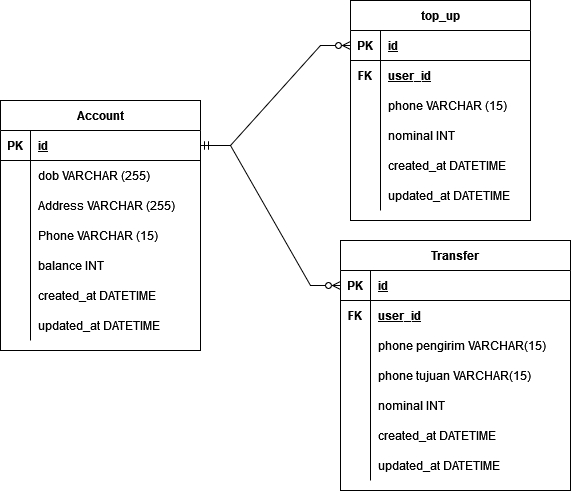
Above: ERD.png in ALTA-BE7-MUH-NASRUL/Group-Project-1 (draw.io), before the change. Source tidied: cells renumbered, new cells last; positions are measured from the earlier drawing's top-left corner, leaving out a move shared by most shapes.
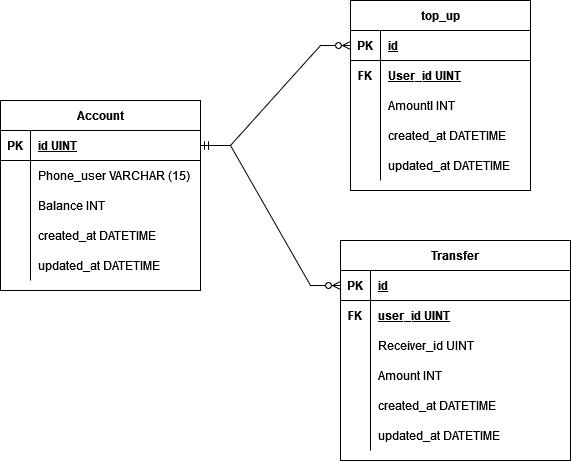
Later version of the same file.

Commit message:
menyesuaikanpPenamaan di ERD

Change to the diagram source:
```diff
@@ -3,7 +3,7 @@
     <mxCell id="0" />
     <mxCell id="1" parent="0" />
     <mxCell id="2" value="Transfer" style="shape=table;startSize=30;rowLines=0;fontStyle=1;align=center;" parent="1" vertex="1">
-      <mxGeometry x="340" y="240" width="230" height="250" as="geometry" />
+      <mxGeometry x="340" y="240" width="230" height="220" as="geometry" />
     </mxCell>
     <mxCell id="3" style="shape=tableRow;horizontal=0;startSize=0;swimlaneHead=0;swimlaneBody=0;fillColor=none;points=[[0,0.5],[1,0.5]];portConstraint=eastwest;top=0;left=0;right=0;bottom=1;" parent="2" vertex="1">
       <mxGeometry y="30" width="230" height="30" as="geometry" />
@@ -20,7 +20,7 @@
     <mxCell id="7" value="FK" style="shape=partialRectangle;fillColor=none;top=0;left=0;bottom=0;right=0;overflow=hidden;fontStyle=1;" parent="6" vertex="1">
       <mxGeometry width="30" height="30" as="geometry" />
     </mxCell>
-    <mxCell id="8" value="user_id" style="shape=partialRectangle;fillColor=none;top=0;left=0;bottom=0;right=0;align=left;spacingLeft=6;overflow=hidden;fontStyle=5;" parent="6" vertex="1">
+    <mxCell id="8" value="user_id UINT" style="shape=partialRectangle;fillColor=none;top=0;left=0;bottom=0;right=0;align=left;spacingLeft=6;overflow=hidden;fontStyle=5;" parent="6" vertex="1">
       <mxGeometry x="30" width="200" height="30" as="geometry" />
     </mxCell>
     <mxCell id="9" style="shape=tableRow;horizontal=0;startSize=0;swimlaneHead=0;swimlaneBody=0;fillColor=none;top=0;left=0;right=0;bottom=0;" parent="2" vertex="1">
@@ -29,7 +29,7 @@
     <mxCell id="10" style="shape=partialRectangle;fillColor=none;top=0;left=0;bottom=0;right=0;overflow=hidden;fontStyle=1;" parent="9" vertex="1">
       <mxGeometry width="30" height="30" as="geometry" />
     </mxCell>
-    <mxCell id="11" value="phone pengirim VARCHAR(15)" style="shape=partialRectangle;fillColor=none;top=0;left=0;bottom=0;right=0;align=left;spacingLeft=6;overflow=hidden;fontStyle=0;" parent="9" vertex="1">
+    <mxCell id="11" value="Receiver_id UINT" style="shape=partialRectangle;fillColor=none;top=0;left=0;bottom=0;right=0;align=left;spacingLeft=6;overflow=hidden;fontStyle=0;" parent="9" vertex="1">
       <mxGeometry x="30" width="200" height="30" as="geometry" />
     </mxCell>
     <mxCell id="12" style="shape=tableRow;horizontal=0;startSize=0;swimlaneHead=0;swimlaneBody=0;fillColor=none;top=0;left=0;right=0;bottom=0;" parent="2" vertex="1">
@@ -38,20 +38,11 @@
     <mxCell id="13" style="shape=partialRectangle;fillColor=none;top=0;left=0;bottom=0;right=0;overflow=hidden;" parent="12" vertex="1">
       <mxGeometry width="30" height="30" as="geometry" />
     </mxCell>
-    <mxCell id="14" value="phone tujuan VARCHAR(15)" style="shape=partialRectangle;fillColor=none;top=0;left=0;bottom=0;right=0;align=left;spacingLeft=6;overflow=hidden;" parent="12" vertex="1">
+    <mxCell id="14" value="Amount INT" style="shape=partialRectangle;fillColor=none;top=0;left=0;bottom=0;right=0;align=left;spacingLeft=6;overflow=hidden;" parent="12" vertex="1">
       <mxGeometry x="30" width="200" height="30" as="geometry" />
     </mxCell>
-    <mxCell id="15" style="shape=tableRow;horizontal=0;startSize=0;swimlaneHead=0;swimlaneBody=0;fillColor=none;top=0;left=0;right=0;bottom=0;" parent="2" vertex="1">
-      <mxGeometry y="150" width="230" height="30" as="geometry" />
-    </mxCell>
-    <mxCell id="16" style="shape=partialRectangle;fillColor=none;top=0;left=0;bottom=0;right=0;overflow=hidden;" parent="15" vertex="1">
-      <mxGeometry width="30" height="30" as="geometry" />
-    </mxCell>
-    <mxCell id="17" value="nominal INT" style="shape=partialRectangle;fillColor=none;top=0;left=0;bottom=0;right=0;align=left;spacingLeft=6;overflow=hidden;" parent="15" vertex="1">
-      <mxGeometry x="30" width="200" height="30" as="geometry" />
-    </mxCell>
     <mxCell id="18" style="shape=tableRow;horizontal=0;startSize=0;swimlaneHead=0;swimlaneBody=0;fillColor=none;top=0;left=0;right=0;bottom=0;" parent="2" vertex="1">
-      <mxGeometry y="180" width="230" height="30" as="geometry" />
+      <mxGeometry y="150" width="230" height="30" as="geometry" />
     </mxCell>
     <mxCell id="19" style="shape=partialRectangle;fillColor=none;top=0;left=0;bottom=0;right=0;overflow=hidden;" parent="18" vertex="1">
       <mxGeometry width="30" height="30" as="geometry" />
@@ -60,7 +51,7 @@
       <mxGeometry x="30" width="200" height="30" as="geometry" />
     </mxCell>
     <mxCell id="21" style="shape=tableRow;horizontal=0;startSize=0;swimlaneHead=0;swimlaneBody=0;fillColor=none;top=0;left=0;right=0;bottom=0;" parent="2" vertex="1">
-      <mxGeometry y="210" width="230" height="30" as="geometry" />
+      <mxGeometry y="180" width="230" height="30" as="geometry" />
     </mxCell>
     <mxCell id="22" style="shape=partialRectangle;fillColor=none;top=0;left=0;bottom=0;right=0;overflow=hidden;" parent="21" vertex="1">
       <mxGeometry width="30" height="30" as="geometry" />
@@ -69,7 +60,7 @@
       <mxGeometry x="30" width="200" height="30" as="geometry" />
     </mxCell>
     <mxCell id="24" value="Account" style="shape=table;startSize=30;rowLines=0;fontStyle=1;align=center;" parent="1" vertex="1">
-      <mxGeometry y="100" width="200" height="250" as="geometry" />
+      <mxGeometry y="100" width="200" height="190" as="geometry" />
     </mxCell>
     <mxCell id="25" style="shape=tableRow;horizontal=0;startSize=0;swimlaneHead=0;swimlaneBody=0;fillColor=none;points=[[0,0.5],[1,0.5]];portConstraint=eastwest;top=0;left=0;right=0;bottom=1;" parent="24" vertex="1">
       <mxGeometry y="30" width="200" height="30" as="geometry" />
@@ -77,47 +68,29 @@
     <mxCell id="26" value="PK" style="shape=partialRectangle;fillColor=none;top=0;left=0;bottom=0;right=0;fontStyle=1;overflow=hidden;" parent="25" vertex="1">
       <mxGeometry width="30" height="30" as="geometry" />
     </mxCell>
-    <mxCell id="27" value="id" style="shape=partialRectangle;fillColor=none;top=0;left=0;bottom=0;right=0;align=left;spacingLeft=6;fontStyle=5;overflow=hidden;" parent="25" vertex="1">
+    <mxCell id="27" value="id UINT" style="shape=partialRectangle;fillColor=none;top=0;left=0;bottom=0;right=0;align=left;spacingLeft=6;fontStyle=5;overflow=hidden;" parent="25" vertex="1">
       <mxGeometry x="30" width="170" height="30" as="geometry" />
     </mxCell>
-    <mxCell id="28" style="shape=tableRow;horizontal=0;startSize=0;swimlaneHead=0;swimlaneBody=0;fillColor=none;top=0;left=0;right=0;bottom=0;" parent="24" vertex="1">
-      <mxGeometry y="60" width="200" height="30" as="geometry" />
-    </mxCell>
-    <mxCell id="29" style="shape=partialRectangle;fillColor=none;top=0;left=0;bottom=0;right=0;overflow=hidden;" parent="28" vertex="1">
-      <mxGeometry width="30" height="30" as="geometry" />
-    </mxCell>
-    <mxCell id="30" value="dob VARCHAR (255)" style="shape=partialRectangle;fillColor=none;top=0;left=0;bottom=0;right=0;align=left;spacingLeft=6;overflow=hidden;" parent="28" vertex="1">
-      <mxGeometry x="30" width="170" height="30" as="geometry" />
-    </mxCell>
-    <mxCell id="31" style="shape=tableRow;horizontal=0;startSize=0;swimlaneHead=0;swimlaneBody=0;fillColor=none;top=0;left=0;right=0;bottom=0;" parent="24" vertex="1">
-      <mxGeometry y="90" width="200" height="30" as="geometry" />
-    </mxCell>
-    <mxCell id="32" style="shape=partialRectangle;fillColor=none;top=0;left=0;bottom=0;right=0;overflow=hidden;" parent="31" vertex="1">
-      <mxGeometry width="30" height="30" as="geometry" />
-    </mxCell>
-    <mxCell id="33" value="Address VARCHAR (255)" style="shape=partialRectangle;fillColor=none;top=0;left=0;bottom=0;right=0;align=left;spacingLeft=6;overflow=hidden;" parent="31" vertex="1">
-      <mxGeometry x="30" width="170" height="30" as="geometry" />
-    </mxCell>
     <mxCell id="34" style="shape=tableRow;horizontal=0;startSize=0;swimlaneHead=0;swimlaneBody=0;fillColor=none;top=0;left=0;right=0;bottom=0;" parent="24" vertex="1">
-      <mxGeometry y="120" width="200" height="30" as="geometry" />
+      <mxGeometry y="60" width="200" height="30" as="geometry" />
     </mxCell>
     <mxCell id="35" style="shape=partialRectangle;fillColor=none;top=0;left=0;bottom=0;right=0;overflow=hidden;" parent="34" vertex="1">
       <mxGeometry width="30" height="30" as="geometry" />
     </mxCell>
-    <mxCell id="36" value="Phone VARCHAR (15)" style="shape=partialRectangle;fillColor=none;top=0;left=0;bottom=0;right=0;align=left;spacingLeft=6;overflow=hidden;" parent="34" vertex="1">
+    <mxCell id="36" value="Phone_user VARCHAR (15)" style="shape=partialRectangle;fillColor=none;top=0;left=0;bottom=0;right=0;align=left;spacingLeft=6;overflow=hidden;" parent="34" vertex="1">
       <mxGeometry x="30" width="170" height="30" as="geometry" />
     </mxCell>
     <mxCell id="37" style="shape=tableRow;horizontal=0;startSize=0;swimlaneHead=0;swimlaneBody=0;fillColor=none;top=0;left=0;right=0;bottom=0;" parent="24" vertex="1">
-      <mxGeometry y="150" width="200" height="30" as="geometry" />
+      <mxGeometry y="90" width="200" height="30" as="geometry" />
     </mxCell>
     <mxCell id="38" style="shape=partialRectangle;fillColor=none;top=0;left=0;bottom=0;right=0;overflow=hidden;" parent="37" vertex="1">
       <mxGeometry width="30" height="30" as="geometry" />
     </mxCell>
-    <mxCell id="39" value="balance INT" style="shape=partialRectangle;fillColor=none;top=0;left=0;bottom=0;right=0;align=left;spacingLeft=6;overflow=hidden;" parent="37" vertex="1">
+    <mxCell id="39" value="Balance INT" style="shape=partialRectangle;fillColor=none;top=0;left=0;bottom=0;right=0;align=left;spacingLeft=6;overflow=hidden;" parent="37" vertex="1">
       <mxGeometry x="30" width="170" height="30" as="geometry" />
     </mxCell>
     <mxCell id="40" style="shape=tableRow;horizontal=0;startSize=0;swimlaneHead=0;swimlaneBody=0;fillColor=none;top=0;left=0;right=0;bottom=0;" parent="24" vertex="1">
-      <mxGeometry y="180" width="200" height="30" as="geometry" />
+      <mxGeometry y="120" width="200" height="30" as="geometry" />
     </mxCell>
     <mxCell id="41" style="shape=partialRectangle;fillColor=none;top=0;left=0;bottom=0;right=0;overflow=hidden;" parent="40" vertex="1">
       <mxGeometry width="30" height="30" as="geometry" />
@@ -126,7 +99,7 @@
       <mxGeometry x="30" width="170" height="30" as="geometry" />
     </mxCell>
     <mxCell id="43" style="shape=tableRow;horizontal=0;startSize=0;swimlaneHead=0;swimlaneBody=0;fillColor=none;top=0;left=0;right=0;bottom=0;" parent="24" vertex="1">
-      <mxGeometry y="210" width="200" height="30" as="geometry" />
+      <mxGeometry y="150" width="200" height="30" as="geometry" />
     </mxCell>
     <mxCell id="44" style="shape=partialRectangle;fillColor=none;top=0;left=0;bottom=0;right=0;overflow=hidden;" parent="43" vertex="1">
       <mxGeometry width="30" height="30" as="geometry" />
@@ -135,7 +108,7 @@
       <mxGeometry x="30" width="170" height="30" as="geometry" />
     </mxCell>
     <mxCell id="46" value="top_up" style="shape=table;startSize=30;rowLines=0;fontStyle=1;align=center;" parent="1" vertex="1">
-      <mxGeometry x="350" width="180" height="220" as="geometry" />
+      <mxGeometry x="350" width="180" height="190" as="geometry" />
     </mxCell>
     <mxCell id="47" style="shape=tableRow;horizontal=0;startSize=0;swimlaneHead=0;swimlaneBody=0;fillColor=none;points=[[0,0.5],[1,0.5]];portConstraint=eastwest;top=0;left=0;right=0;bottom=1;" parent="46" vertex="1">
       <mxGeometry y="30" width="180" height="30" as="geometry" />
@@ -152,29 +125,20 @@
     <mxCell id="51" value="FK" style="shape=partialRectangle;fillColor=none;top=0;left=0;bottom=0;right=0;overflow=hidden;fontStyle=1;" parent="50" vertex="1">
       <mxGeometry width="30" height="30" as="geometry" />
     </mxCell>
-    <mxCell id="52" value="user_id" style="shape=partialRectangle;fillColor=none;top=0;left=0;bottom=0;right=0;align=left;spacingLeft=6;overflow=hidden;fontStyle=5;" parent="50" vertex="1">
+    <mxCell id="52" value="User_id UINT" style="shape=partialRectangle;fillColor=none;top=0;left=0;bottom=0;right=0;align=left;spacingLeft=6;overflow=hidden;fontStyle=5;" parent="50" vertex="1">
       <mxGeometry x="30" width="150" height="30" as="geometry" />
     </mxCell>
-    <mxCell id="53" style="shape=tableRow;horizontal=0;startSize=0;swimlaneHead=0;swimlaneBody=0;fillColor=none;top=0;left=0;right=0;bottom=0;" parent="46" vertex="1">
-      <mxGeometry y="90" width="180" height="30" as="geometry" />
-    </mxCell>
-    <mxCell id="54" style="shape=partialRectangle;fillColor=none;top=0;left=0;bottom=0;right=0;overflow=hidden;" parent="53" vertex="1">
-      <mxGeometry width="30" height="30" as="geometry" />
-    </mxCell>
-    <mxCell id="55" value="phone VARCHAR (15)" style="shape=partialRectangle;fillColor=none;top=0;left=0;bottom=0;right=0;align=left;spacingLeft=6;overflow=hidden;" parent="53" vertex="1">
-      <mxGeometry x="30" width="150" height="30" as="geometry" />
-    </mxCell>
     <mxCell id="56" style="shape=tableRow;horizontal=0;startSize=0;swimlaneHead=0;swimlaneBody=0;fillColor=none;top=0;left=0;right=0;bottom=0;" parent="46" vertex="1">
-      <mxGeometry y="120" width="180" height="30" as="geometry" />
+      <mxGeometry y="90" width="180" height="30" as="geometry" />
     </mxCell>
     <mxCell id="57" style="shape=partialRectangle;fillColor=none;top=0;left=0;bottom=0;right=0;overflow=hidden;" parent="56" vertex="1">
       <mxGeometry width="30" height="30" as="geometry" />
     </mxCell>
-    <mxCell id="58" value="nominal INT" style="shape=partialRectangle;fillColor=none;top=0;left=0;bottom=0;right=0;align=left;spacingLeft=6;overflow=hidden;" parent="56" vertex="1">
+    <mxCell id="58" value="Amountl INT" style="shape=partialRectangle;fillColor=none;top=0;left=0;bottom=0;right=0;align=left;spacingLeft=6;overflow=hidden;" parent="56" vertex="1">
       <mxGeometry x="30" width="150" height="30" as="geometry" />
     </mxCell>
     <mxCell id="59" style="shape=tableRow;horizontal=0;startSize=0;swimlaneHead=0;swimlaneBody=0;fillColor=none;top=0;left=0;right=0;bottom=0;" parent="46" vertex="1">
-      <mxGeometry y="150" width="180" height="30" as="geometry" />
+      <mxGeometry y="120" width="180" height="30" as="geometry" />
     </mxCell>
     <mxCell id="60" style="shape=partialRectangle;fillColor=none;top=0;left=0;bottom=0;right=0;overflow=hidden;" parent="59" vertex="1">
       <mxGeometry width="30" height="30" as="geometry" />
@@ -183,7 +147,7 @@
       <mxGeometry x="30" width="150" height="30" as="geometry" />
     </mxCell>
     <mxCell id="62" style="shape=tableRow;horizontal=0;startSize=0;swimlaneHead=0;swimlaneBody=0;fillColor=none;top=0;left=0;right=0;bottom=0;" parent="46" vertex="1">
-      <mxGeometry y="180" width="180" height="30" as="geometry" />
+      <mxGeometry y="150" width="180" height="30" as="geometry" />
     </mxCell>
     <mxCell id="63" style="shape=partialRectangle;fillColor=none;top=0;left=0;bottom=0;right=0;overflow=hidden;" parent="62" vertex="1">
       <mxGeometry width="30" height="30" as="geometry" />
```
